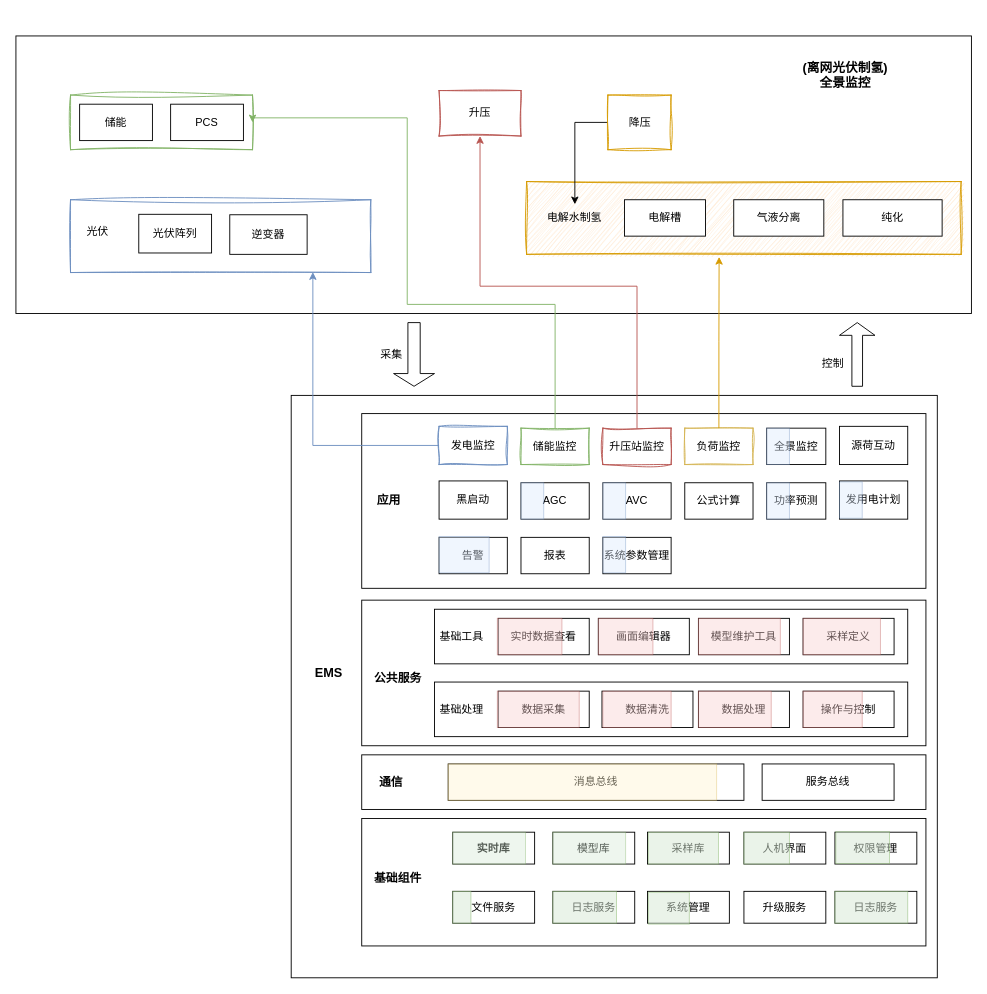
kiwiyan/3D keeps this draw.io diagram as EMS.drawio. Above is the earlier version. Source tidied: cells renumbered, new cells numbered last; positions are measured from the earlier drawing's top-left corner, leaving out a move shared by most shapes. Both pictures are drawn from the tidied source at 91%, with x=0, y=0 at pixel (15, 35).
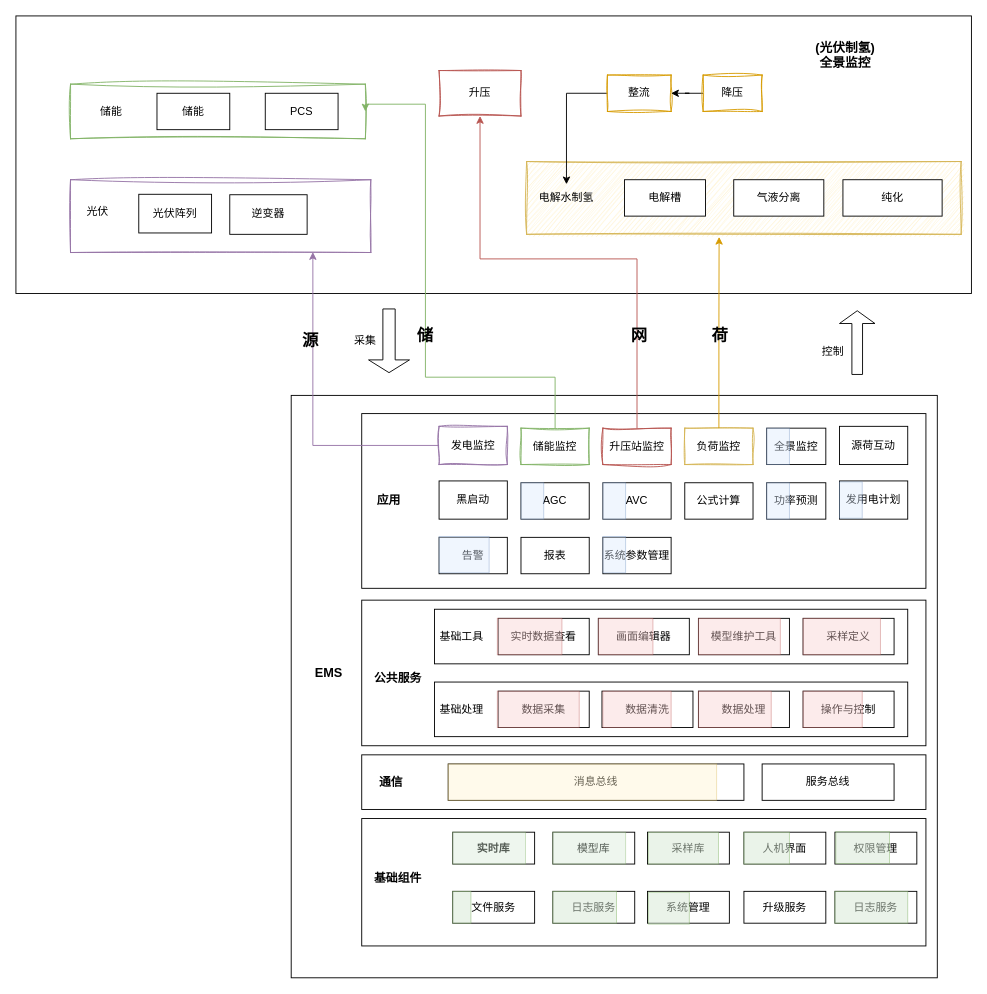
The same page after the edit.

Unchanged cells that the change refers to:
```xml
<mxCell id="56" value="储能监控" style="rounded=0;whiteSpace=wrap;html=1;fillColor=none;strokeColor=#82b366;sketch=1;curveFitting=1;jiggle=2;" parent="1" vertex="1">
  <mxGeometry x="555" y="431" width="75" height="40" as="geometry" />
</mxCell>
<mxCell id="58" value="升压站监控" style="rounded=0;whiteSpace=wrap;html=1;fillColor=none;strokeColor=#b85450;sketch=1;curveFitting=1;jiggle=2;" parent="1" vertex="1">
  <mxGeometry x="645" y="431" width="75" height="40" as="geometry" />
</mxCell>
```

Diff of the diagram source:
```diff
@@
     <mxCell id="2" style="rounded=0;whiteSpace=wrap;html=1;" parent="1" vertex="1">
-      <mxGeometry width="1050" height="305" as="geometry" />
+      <mxGeometry y="-22" width="1050" height="305" as="geometry" />
     </mxCell>
@@
-    <mxCell id="4" style="rounded=0;whiteSpace=wrap;html=1;fillColor=none;strokeColor=#6c8ebf;sketch=1;curveFitting=1;jiggle=2;" parent="1" vertex="1">
-      <mxGeometry x="60" y="180" width="330" height="80" as="geometry" />
+    <mxCell id="4" style="rounded=0;whiteSpace=wrap;html=1;fillColor=none;strokeColor=#9673a6;sketch=1;curveFitting=1;jiggle=2;" parent="1" vertex="1">
+      <mxGeometry x="60" y="158" width="330" height="80" as="geometry" />
     </mxCell>
@@
-    <mxCell id="54" value="发电监控" style="rounded=0;whiteSpace=wrap;html=1;fillColor=none;strokeColor=#6c8ebf;sketch=1;curveFitting=1;jiggle=2;" parent="1" vertex="1">
+    <mxCell id="54" value="发电监控" style="rounded=0;whiteSpace=wrap;html=1;fillColor=none;strokeColor=#9673a6;sketch=1;curveFitting=1;jiggle=2;" parent="1" vertex="1">
       <mxGeometry x="465" y="429" width="75" height="42" as="geometry" />
     </mxCell>
     <mxCell id="55" style="edgeStyle=orthogonalEdgeStyle;rounded=0;jettySize=auto;html=1;entryX=1;entryY=0.5;entryDx=0;entryDy=0;fillColor=#d5e8d4;strokeColor=#82b366;" parent="1" edge="1" source="56" target="87">
       <mxGeometry relative="1" as="geometry">
         <Array as="points">
-          <mxPoint x="593" y="295" />
-          <mxPoint x="430" y="295" />
-          <mxPoint x="430" y="90" />
-          <mxPoint x="260" y="90" />
+          <mxPoint x="593" y="375" />
+          <mxPoint x="450" y="375" />
+          <mxPoint x="450" y="75" />
         </Array>
       </mxGeometry>
     </mxCell>
@@
     <mxCell id="57" style="edgeStyle=orthogonalEdgeStyle;rounded=0;jettySize=auto;html=1;entryX=0.5;entryY=1;entryDx=0;entryDy=0;fillColor=#f8cecc;strokeColor=#b85450;" parent="1" edge="1" source="58" target="86">
       <mxGeometry relative="1" as="geometry">
         <Array as="points">
-          <mxPoint x="683" y="275" />
-          <mxPoint x="510" y="275" />
+          <mxPoint x="683" y="245" />
+          <mxPoint x="510" y="245" />
         </Array>
       </mxGeometry>
     </mxCell>
@@
-    <mxCell id="79" style="rounded=0;whiteSpace=wrap;html=1;fillColor=#ffe6cc;strokeColor=#d79b00;sketch=1;curveFitting=1;jiggle=2;" parent="1" vertex="1">
-      <mxGeometry x="561.2" y="160" width="477.5" height="80" as="geometry" />
+    <mxCell id="79" style="rounded=0;whiteSpace=wrap;html=1;fillColor=#fff2cc;strokeColor=#d6b656;sketch=1;curveFitting=1;jiggle=2;" parent="1" vertex="1">
+      <mxGeometry x="561.2" y="138" width="477.5" height="80" as="geometry" />
     </mxCell>
     <mxCell id="80" value="电解槽" style="rounded=0;whiteSpace=wrap;html=1;" parent="1" vertex="1">
-      <mxGeometry x="668.8" y="180" width="89" height="40" as="geometry" />
+      <mxGeometry x="668.8" y="158" width="89" height="40" as="geometry" />
     </mxCell>
     <mxCell id="81" value="气液分离" style="rounded=0;whiteSpace=wrap;html=1;" parent="1" vertex="1">
-      <mxGeometry x="788.8" y="180" width="99" height="40" as="geometry" />
+      <mxGeometry x="788.8" y="158" width="99" height="40" as="geometry" />
     </mxCell>
     <mxCell id="82" value="纯化" style="rounded=0;whiteSpace=wrap;html=1;" parent="1" vertex="1">
-      <mxGeometry x="908.8" y="180" width="109" height="40" as="geometry" />
+      <mxGeometry x="908.8" y="158" width="109" height="40" as="geometry" />
     </mxCell>
     <mxCell id="83" value="电解水制氢" style="text;html=1;align=center;verticalAlign=middle;whiteSpace=wrap;rounded=0;" parent="1" vertex="1">
-      <mxGeometry x="581.2" y="185" width="66" height="30" as="geometry" />
+      <mxGeometry x="570" y="163" width="70" height="30" as="geometry" />
     </mxCell>
     <mxCell id="84" value="光伏阵列" style="rounded=0;whiteSpace=wrap;html=1;" parent="1" vertex="1">
-      <mxGeometry x="135" y="196" width="80" height="42.5" as="geometry" />
+      <mxGeometry x="135" y="174" width="80" height="42.5" as="geometry" />
     </mxCell>
     <mxCell id="85" value="逆变器" style="rounded=0;whiteSpace=wrap;html=1;" parent="1" vertex="1">
-      <mxGeometry x="235" y="196.5" width="85" height="43.5" as="geometry" />
+      <mxGeometry x="235" y="174.5" width="85" height="43.5" as="geometry" />
     </mxCell>
     <mxCell id="86" value="升压" style="rounded=0;whiteSpace=wrap;html=1;fillColor=none;strokeColor=#b85450;sketch=1;curveFitting=1;jiggle=2;" parent="1" vertex="1">
-      <mxGeometry x="465" y="60" width="90" height="50" as="geometry" />
+      <mxGeometry x="465" y="38" width="90" height="50" as="geometry" />
     </mxCell>
     <mxCell id="87" style="rounded=0;whiteSpace=wrap;html=1;fillColor=none;strokeColor=#82b366;sketch=1;curveFitting=1;jiggle=2;" parent="1" vertex="1">
-      <mxGeometry x="60" y="65" width="200" height="60" as="geometry" />
+      <mxGeometry x="60" y="53" width="324" height="60" as="geometry" />
     </mxCell>
     <mxCell id="88" value="光伏" style="text;html=1;align=center;verticalAlign=middle;whiteSpace=wrap;rounded=0;" parent="1" vertex="1">
-      <mxGeometry x="60" y="200" width="60" height="30" as="geometry" />
+      <mxGeometry x="60" y="178" width="60" height="30" as="geometry" />
     </mxCell>
     <mxCell id="89" value="储能" style="rounded=0;whiteSpace=wrap;html=1;" parent="1" vertex="1">
-      <mxGeometry x="70" y="75" width="80" height="40" as="geometry" />
+      <mxGeometry x="155" y="63" width="80" height="40" as="geometry" />
     </mxCell>
     <mxCell id="90" value="PCS" style="rounded=0;whiteSpace=wrap;html=1;" parent="1" vertex="1">
-      <mxGeometry x="170" y="75" width="80" height="40" as="geometry" />
+      <mxGeometry x="274" y="63" width="80" height="40" as="geometry" />
     </mxCell>
@@
-    <mxCell id="92" value="降压" style="rounded=0;whiteSpace=wrap;html=1;fillColor=none;strokeColor=#d79b00;sketch=1;curveFitting=1;jiggle=2;" parent="1" vertex="1">
-      <mxGeometry x="650.5" y="65" width="69.5" height="60" as="geometry" />
+    <mxCell id="92" value="整流" style="rounded=0;whiteSpace=wrap;html=1;fillColor=none;strokeColor=#d79b00;sketch=1;curveFitting=1;jiggle=2;" parent="1" vertex="1">
+      <mxGeometry x="650" y="43" width="70" height="40" as="geometry" />
     </mxCell>
@@
-    <mxCell id="94" style="edgeStyle=orthogonalEdgeStyle;rounded=0;jettySize=auto;html=1;entryX=0.807;entryY=0.994;entryDx=0;entryDy=0;entryPerimeter=0;fillColor=#dae8fc;strokeColor=#6c8ebf;" parent="1" edge="1" source="54" target="4">
+    <mxCell id="94" style="edgeStyle=orthogonalEdgeStyle;rounded=0;jettySize=auto;html=1;entryX=0.807;entryY=0.994;entryDx=0;entryDy=0;entryPerimeter=0;fillColor=#e1d5e7;strokeColor=#9673a6;" parent="1" edge="1" source="54" target="4">
       <mxGeometry relative="1" as="geometry" />
     </mxCell>
@@
-    <mxCell id="96" value="&lt;b style=&quot;font-size: 14px;&quot;&gt;(离网光伏制氢)&lt;/b&gt;&lt;div&gt;&lt;b style=&quot;font-size: 14px;&quot;&gt;全景监控&lt;/b&gt;&lt;/div&gt;" style="text;html=1;align=center;verticalAlign=middle;whiteSpace=wrap;rounded=0;fontSize=14;" parent="1" vertex="1">
-      <mxGeometry x="863" y="30" width="97" height="25" as="geometry" />
+    <mxCell id="96" value="&lt;b style=&quot;font-size: 14px;&quot;&gt;(光伏制氢)&lt;/b&gt;&lt;div&gt;&lt;b style=&quot;font-size: 14px;&quot;&gt;全景监控&lt;/b&gt;&lt;/div&gt;" style="text;html=1;align=center;verticalAlign=middle;whiteSpace=wrap;rounded=0;fontSize=14;" parent="1" vertex="1">
+      <mxGeometry x="863" y="8" width="97" height="25" as="geometry" />
     </mxCell>
     <mxCell id="97" style="shape=singleArrow;direction=south;whiteSpace=wrap;html=1;" parent="1" vertex="1">
-      <mxGeometry x="415" y="315" width="45" height="70" as="geometry" />
+      <mxGeometry x="387.5" y="300" width="45" height="70" as="geometry" />
     </mxCell>
     <mxCell id="98" style="shape=singleArrow;direction=north;whiteSpace=wrap;html=1;" parent="1" vertex="1">
-      <mxGeometry x="905" y="315" width="39" height="70" as="geometry" />
+      <mxGeometry x="905" y="302" width="39" height="70" as="geometry" />
     </mxCell>
     <mxCell id="99" value="采集" style="text;html=1;align=center;verticalAlign=middle;whiteSpace=wrap;rounded=0;" parent="1" vertex="1">
-      <mxGeometry x="382.5" y="335" width="60" height="30" as="geometry" />
+      <mxGeometry x="354" y="320" width="60" height="30" as="geometry" />
     </mxCell>
     <mxCell id="100" value="控制" style="text;html=1;align=center;verticalAlign=middle;whiteSpace=wrap;rounded=0;" parent="1" vertex="1">
-      <mxGeometry x="867.5" y="345" width="60" height="30" as="geometry" />
+      <mxGeometry x="867.5" y="332" width="60" height="30" as="geometry" />
     </mxCell>
+    <mxCell id="101" value="储能" style="text;html=1;align=center;verticalAlign=middle;whiteSpace=wrap;rounded=0;" parent="1" vertex="1">
+      <mxGeometry x="75" y="68" width="60" height="30" as="geometry" />
+    </mxCell>
+    <mxCell id="102" style="edgeStyle=orthogonalEdgeStyle;rounded=0;jettySize=auto;html=1;" parent="1" edge="1" source="103" target="92">
+      <mxGeometry relative="1" as="geometry" />
+    </mxCell>
+    <mxCell id="103" value="降压" style="rounded=0;whiteSpace=wrap;html=1;fillColor=none;strokeColor=#d79b00;sketch=1;curveFitting=1;jiggle=2;" parent="1" vertex="1">
+      <mxGeometry x="755.2" y="43" width="64.8" height="40" as="geometry" />
+    </mxCell>
+    <mxCell id="104" value="源" style="text;html=1;align=center;verticalAlign=middle;whiteSpace=wrap;rounded=0;fontSize=18;fontStyle=1;" parent="1" vertex="1">
+      <mxGeometry x="294" y="320" width="60" height="30" as="geometry" />
+    </mxCell>
+    <mxCell id="105" value="储" style="text;html=1;align=center;verticalAlign=middle;whiteSpace=wrap;rounded=0;fontSize=18;fontStyle=1;" parent="1" vertex="1">
+      <mxGeometry x="420" y="315" width="60" height="30" as="geometry" />
+    </mxCell>
+    <mxCell id="106" value="网" style="text;html=1;align=center;verticalAlign=middle;whiteSpace=wrap;rounded=0;fontSize=18;fontStyle=1;" parent="1" vertex="1">
+      <mxGeometry x="655" y="315" width="60" height="30" as="geometry" />
+    </mxCell>
+    <mxCell id="107" value="荷" style="text;html=1;align=center;verticalAlign=middle;whiteSpace=wrap;rounded=0;fontSize=18;fontStyle=1;" parent="1" vertex="1">
+      <mxGeometry x="744" y="315" width="60" height="30" as="geometry" />
+    </mxCell>
```
